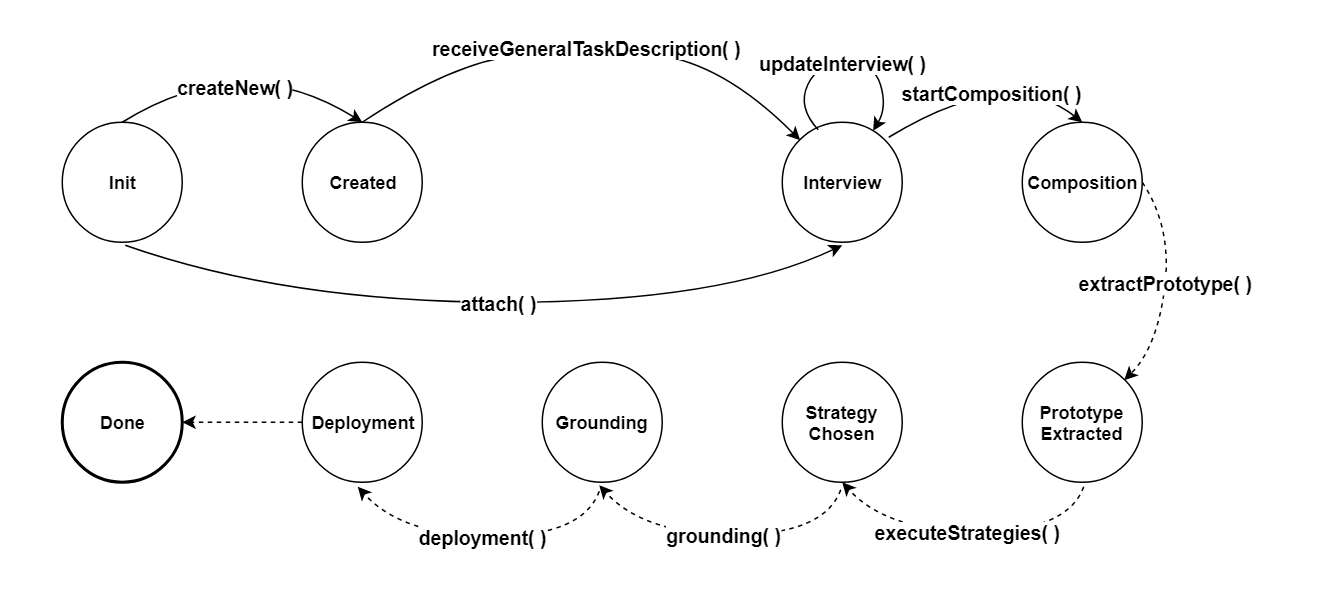
Above: docs/img/natural_language_pc.png in kadirayk/PROSECO (draw.io), before the change. Source tidied: cells renumbered, new cells last; positions are measured from the earlier drawing's top-left corner, leaving out a move shared by most shapes.
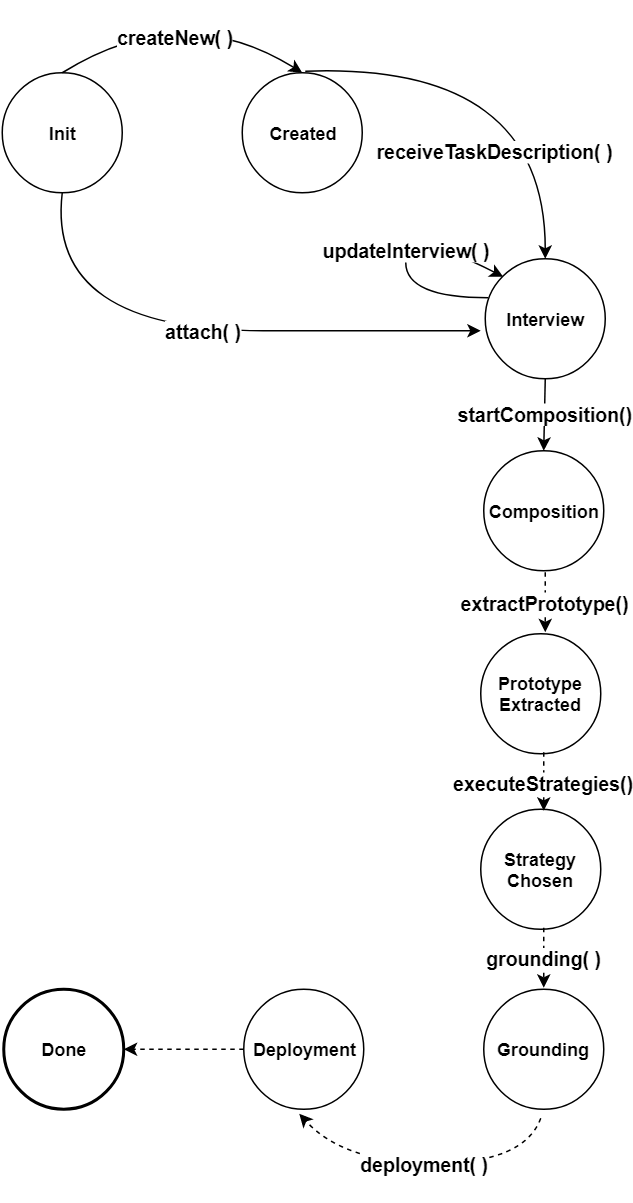
The same diagram one commit later.

Change to the diagram source:
```diff
@@ -3,120 +3,100 @@
     <mxCell id="0" />
     <mxCell id="1" parent="0" />
     <mxCell id="2" value="&lt;font style=&quot;font-size: 12px&quot;&gt;&lt;b&gt;Init&lt;/b&gt;&lt;/font&gt;" style="ellipse;whiteSpace=wrap;html=1;" parent="1" vertex="1">
-      <mxGeometry x="40" y="80" width="80" height="80" as="geometry" />
+      <mxGeometry x="161" y="-33" width="80" height="80" as="geometry" />
     </mxCell>
     <mxCell id="3" value="&lt;font style=&quot;font-size: 12px&quot;&gt;&lt;b&gt;Created&lt;/b&gt;&lt;/font&gt;" style="ellipse;whiteSpace=wrap;html=1;" parent="1" vertex="1">
-      <mxGeometry x="200" y="80" width="80" height="80" as="geometry" />
+      <mxGeometry x="321" y="-33" width="80" height="80" as="geometry" />
     </mxCell>
     <mxCell id="4" value="&lt;font style=&quot;font-size: 12px&quot;&gt;&lt;b&gt;Interview&lt;/b&gt;&lt;/font&gt;" style="ellipse;whiteSpace=wrap;html=1;" parent="1" vertex="1">
-      <mxGeometry x="520" y="80" width="80" height="80" as="geometry" />
+      <mxGeometry x="483" y="91" width="80" height="80" as="geometry" />
     </mxCell>
     <mxCell id="5" value="&lt;font style=&quot;font-size: 12px&quot;&gt;&lt;b&gt;Composition&lt;/b&gt;&lt;/font&gt;" style="ellipse;whiteSpace=wrap;html=1;" parent="1" vertex="1">
-      <mxGeometry x="680" y="80" width="80" height="80" as="geometry" />
+      <mxGeometry x="482" y="219" width="80" height="80" as="geometry" />
     </mxCell>
     <mxCell id="6" value="&lt;font style=&quot;font-size: 12px&quot;&gt;&lt;b&gt;Prototype Extracted&lt;/b&gt;&lt;/font&gt;" style="ellipse;whiteSpace=wrap;html=1;" parent="1" vertex="1">
-      <mxGeometry x="680" y="240" width="80" height="80" as="geometry" />
+      <mxGeometry x="480" y="341" width="80" height="80" as="geometry" />
     </mxCell>
     <mxCell id="7" value="&lt;font style=&quot;font-size: 12px&quot;&gt;&lt;b&gt;Strategy Chosen&lt;/b&gt;&lt;/font&gt;" style="ellipse;whiteSpace=wrap;html=1;" parent="1" vertex="1">
-      <mxGeometry x="520" y="240" width="80" height="80" as="geometry" />
+      <mxGeometry x="480" y="458" width="80" height="80" as="geometry" />
     </mxCell>
     <mxCell id="8" value="&lt;font style=&quot;font-size: 12px&quot;&gt;&lt;b&gt;Grounding&lt;/b&gt;&lt;/font&gt;" style="ellipse;whiteSpace=wrap;html=1;" parent="1" vertex="1">
-      <mxGeometry x="360" y="240" width="80" height="80" as="geometry" />
+      <mxGeometry x="482" y="578" width="80" height="80" as="geometry" />
     </mxCell>
     <mxCell id="9" value="&lt;font style=&quot;font-size: 12px&quot;&gt;&lt;b&gt;Deployment&lt;/b&gt;&lt;/font&gt;" style="ellipse;whiteSpace=wrap;html=1;" parent="1" vertex="1">
-      <mxGeometry x="200" y="240" width="80" height="80" as="geometry" />
+      <mxGeometry x="322" y="578" width="80" height="80" as="geometry" />
     </mxCell>
     <mxCell id="10" value="&lt;font style=&quot;font-size: 12px&quot;&gt;&lt;b&gt;Done&lt;/b&gt;&lt;/font&gt;" style="ellipse;whiteSpace=wrap;html=1;perimeterSpacing=0;strokeColor=#000000;strokeWidth=2;" parent="1" vertex="1">
-      <mxGeometry x="40" y="240" width="80" height="80" as="geometry" />
+      <mxGeometry x="162" y="578" width="80" height="80" as="geometry" />
     </mxCell>
     <mxCell id="11" value="createNew( )" style="curved=1;endArrow=classic;html=1;exitX=0.5;exitY=0;exitDx=0;exitDy=0;entryX=0.5;entryY=0;entryDx=0;entryDy=0;fontStyle=1;fontSize=13;" parent="1" edge="1" source="2" target="3">
       <mxGeometry x="-0.19" y="-21" relative="1" as="geometry">
         <Array as="points">
-          <mxPoint x="160" y="30" />
+          <mxPoint x="281" y="-83" />
         </Array>
       </mxGeometry>
     </mxCell>
+    <mxCell id="22" value="receiveTaskDescription( )" style="curved=1;endArrow=classic;html=1;exitX=0.5;exitY=0;exitDx=0;exitDy=0;entryX=0.5;entryY=0;entryDx=0;entryDy=0;fontStyle=1;fontSize=13;" parent="1" edge="1" target="4">
+      <mxGeometry x="0.51" y="-33" relative="1" as="geometry">
+        <mxPoint x="363" y="-34" as="sourcePoint" />
+        <Array as="points">
+          <mxPoint x="523" y="-40" />
+        </Array>
+      </mxGeometry>
+    </mxCell>
-    <mxCell id="12" value="updateInterview( )" style="curved=1;endArrow=classic;html=1;fontStyle=1;fontSize=13;exitX=0.305;exitY=0.068;exitDx=0;exitDy=0;exitPerimeter=0;" parent="1" edge="1" source="4" target="4">
+    <mxCell id="12" value="updateInterview( )" style="curved=1;endArrow=classic;html=1;fontStyle=1;fontSize=13;exitX=0.028;exitY=0.33;exitDx=0;exitDy=0;entryX=0;entryY=0;entryDx=0;entryDy=0;exitPerimeter=0;" parent="1" edge="1" source="4" target="4">
       <mxGeometry x="-0.01" relative="1" as="geometry">
         <Array as="points">
-          <mxPoint x="530" y="70" />
-          <mxPoint x="544" y="40" />
-          <mxPoint x="581" y="40" />
-          <mxPoint x="590" y="70" />
+          <mxPoint x="430" y="117" />
+          <mxPoint x="430" y="70" />
         </Array>
       </mxGeometry>
     </mxCell>
-    <mxCell id="13" value="startComposition( )" style="curved=1;endArrow=classic;html=1;exitX=0.5;exitY=0;exitDx=0;exitDy=0;entryX=0.5;entryY=0;entryDx=0;entryDy=0;fontStyle=1;fontSize=13;" parent="1" edge="1" target="5">
-      <mxGeometry x="-0.05" y="-10" relative="1" as="geometry">
-        <mxPoint x="591" y="90" as="sourcePoint" />
-        <Array as="points">
-          <mxPoint x="671" y="41" />
-        </Array>
-        <mxPoint y="1" as="offset" />
-      </mxGeometry>
-    </mxCell>
-    <mxCell id="14" value="&lt;b&gt;extractPrototype( )&lt;/b&gt;" style="curved=1;endArrow=classic;html=1;fontSize=13;exitX=1;exitY=0.5;exitDx=0;exitDy=0;entryX=1;entryY=0;entryDx=0;entryDy=0;dashed=1;" parent="1" edge="1" source="5" target="6">
-      <mxGeometry relative="1" as="geometry">
-        <Array as="points">
-          <mxPoint x="780" y="150" />
-          <mxPoint x="770" y="230" />
-        </Array>
-      </mxGeometry>
-    </mxCell>
-    <mxCell id="15" value="&lt;b&gt;executeStrategies( )&lt;/b&gt;" style="curved=1;endArrow=classic;html=1;fontSize=13;exitX=1;exitY=0.5;exitDx=0;exitDy=0;dashed=1;entryX=0.5;entryY=1;entryDx=0;entryDy=0;" parent="1" edge="1" target="7">
-      <mxGeometry relative="1" as="geometry">
-        <mxPoint x="721" y="323" as="sourcePoint" />
-        <Array as="points">
-          <mxPoint x="710" y="353" />
-          <mxPoint x="590" y="353" />
-        </Array>
-      </mxGeometry>
-    </mxCell>
-    <mxCell id="16" value="&lt;b&gt;grounding( )&lt;/b&gt;" style="curved=1;endArrow=classic;html=1;fontSize=13;exitX=1;exitY=0.5;exitDx=0;exitDy=0;dashed=1;entryX=0.5;entryY=1;entryDx=0;entryDy=0;" parent="1" edge="1">
-      <mxGeometry relative="1" as="geometry">
-        <mxPoint x="559" y="325" as="sourcePoint" />
-        <mxPoint x="398" y="322" as="targetPoint" />
-        <Array as="points">
-          <mxPoint x="548" y="355" />
-          <mxPoint x="428" y="355" />
-        </Array>
-      </mxGeometry>
-    </mxCell>
     <mxCell id="17" value="&lt;b&gt;deployment( )&lt;/b&gt;" style="curved=1;endArrow=classic;html=1;fontSize=13;exitX=1;exitY=0.5;exitDx=0;exitDy=0;dashed=1;entryX=0.5;entryY=1;entryDx=0;entryDy=0;" parent="1" edge="1">
       <mxGeometry relative="1" as="geometry">
-        <mxPoint x="398" y="326" as="sourcePoint" />
-        <mxPoint x="237" y="323" as="targetPoint" />
+        <mxPoint x="520" y="664" as="sourcePoint" />
+        <mxPoint x="359" y="661" as="targetPoint" />
         <Array as="points">
-          <mxPoint x="387" y="356" />
-          <mxPoint x="267" y="356" />
+          <mxPoint x="509" y="694" />
+          <mxPoint x="389" y="694" />
         </Array>
       </mxGeometry>
     </mxCell>
     <mxCell id="18" style="endArrow=classic;html=1;dashed=1;fontSize=13;entryX=1;entryY=0.5;entryDx=0;entryDy=0;exitX=0;exitY=0.5;exitDx=0;exitDy=0;" parent="1" edge="1" source="9" target="10">
       <mxGeometry relative="1" as="geometry" />
     </mxCell>
-    <mxCell id="19" value="attach( )" style="curved=1;endArrow=classic;html=1;exitX=0.5;exitY=0;exitDx=0;exitDy=0;fontStyle=1;fontSize=13;" parent="1" edge="1">
+    <mxCell id="19" value="attach( )" style="curved=1;endArrow=classic;html=1;exitX=0.5;exitY=1;exitDx=0;exitDy=0;fontStyle=1;fontSize=13;" parent="1" edge="1" source="2">
       <mxGeometry x="0.03" relative="1" as="geometry">
-        <mxPoint x="82" y="162" as="sourcePoint" />
-        <mxPoint x="560" y="162" as="targetPoint" />
+        <mxPoint x="480" y="139" as="targetPoint" />
         <Array as="points">
-          <mxPoint x="190" y="200" />
-          <mxPoint x="480" y="200" />
+          <mxPoint x="190" y="139" />
+          <mxPoint x="480" y="139" />
         </Array>
       </mxGeometry>
     </mxCell>
-    <mxCell id="20" value="receiveGeneralTaskDescription( )" style="curved=1;endArrow=classic;html=1;exitX=0.5;exitY=0;exitDx=0;exitDy=0;entryX=0;entryY=0;entryDx=0;entryDy=0;fontStyle=1;fontSize=13;" parent="1" edge="1" target="4">
-      <mxGeometry relative="1" as="geometry">
-        <mxPoint x="240" y="80" as="sourcePoint" />
-        <Array as="points">
-          <mxPoint x="300" y="40" />
-          <mxPoint x="390" y="30" />
-          <mxPoint x="480" y="40" />
-        </Array>
-      </mxGeometry>
-    </mxCell>
-    <mxCell id="21" style="rounded=0;whiteSpace=wrap;html=1;strokeColor=#000000;strokeWidth=2;fontSize=13;opacity=0;" parent="1" vertex="1">
-      <mxGeometry width="880" height="400" as="geometry" />
-    </mxCell>
+    <mxCell id="23" value="&lt;b&gt;startComposition()&lt;/b&gt;" style="endArrow=classic;html=1;fontSize=13;entryX=0.5;entryY=0;entryDx=0;entryDy=0;exitX=0.5;exitY=1;exitDx=0;exitDy=0;" parent="1" edge="1" source="4" target="5">
+      <mxGeometry relative="1" as="geometry" />
+    </mxCell>
+    <mxCell id="24" value="&lt;b&gt;extractPrototype()&lt;/b&gt;" style="endArrow=classic;html=1;fontSize=13;entryX=0.5;entryY=0;entryDx=0;entryDy=0;dashed=1;" parent="1" edge="1">
+      <mxGeometry relative="1" as="geometry">
+        <mxPoint x="523" y="300" as="sourcePoint" />
+        <mxPoint x="523" y="340" as="targetPoint" />
+      </mxGeometry>
+    </mxCell>
+    <mxCell id="25" value="&lt;b&gt;executeStrategies()&lt;/b&gt;" style="endArrow=classic;html=1;fontSize=13;entryX=0.5;entryY=0;entryDx=0;entryDy=0;dashed=1;" parent="1" edge="1">
+      <mxGeometry relative="1" as="geometry">
+        <mxPoint x="522" y="420" as="sourcePoint" />
+        <mxPoint x="522" y="459" as="targetPoint" />
+      </mxGeometry>
+    </mxCell>
+    <mxCell id="16" value="&lt;b&gt;grounding( )&lt;/b&gt;" style="endArrow=classic;html=1;fontSize=13;entryX=0.5;entryY=0;entryDx=0;entryDy=0;dashed=1;" parent="1" edge="1">
+      <mxGeometry relative="1" as="geometry">
+        <mxPoint x="522" y="537" as="sourcePoint" />
+        <mxPoint x="522" y="577" as="targetPoint" />
+      </mxGeometry>
+    </mxCell>
+    <mxCell id="26" style="rounded=0;whiteSpace=wrap;html=1;strokeColor=#000000;strokeWidth=2;fontSize=13;opacity=0;" parent="1" vertex="1">
+      <mxGeometry x="161" y="-80" width="419" height="800" as="geometry" />
+    </mxCell>
   </root>
 </mxGraphModel>
```
